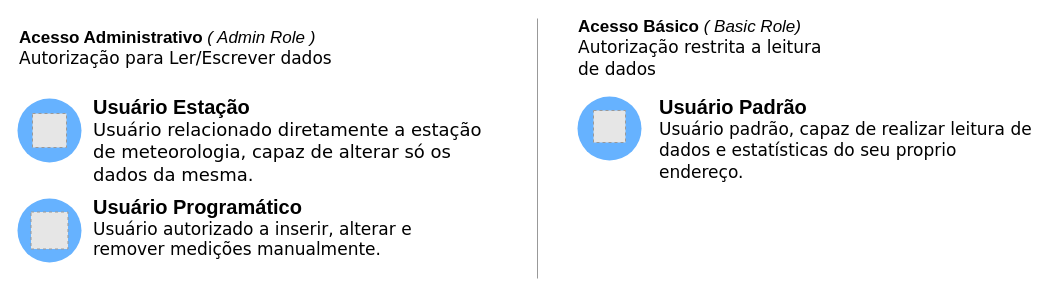
Above: Requerimentos/Diagramas/source/Diagrama de tipos de usuarios-v1.drawio in fonsecaBarreto/fazendas-de-agua-meteorologia-server (draw.io), before the change. Source tidied: cells renumbered, new cells numbered last; positions are measured from the earlier drawing's top-left corner, leaving out a move shared by most shapes. Both pictures are drawn from the tidied source at 100%, with x=0, y=0 at pixel (17, 18). Pictures stored in the file or linked from it are replaced by grey dashed boxes.
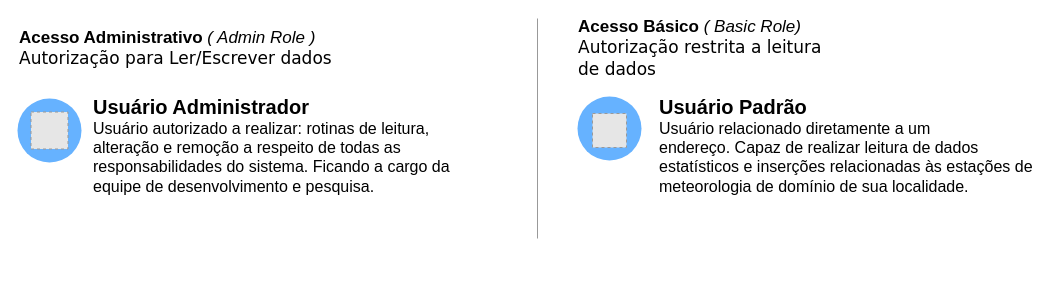
After the change.

The edit, as a diff of the source:
```diff
@@
 <mxGraphModel>
   <root>
     <mxCell id="0" />
     <mxCell id="1" parent="0" />
     <mxCell id="2" value="&lt;div&gt;&lt;b&gt;Acesso Administrativo&amp;nbsp;&lt;/b&gt;&lt;i&gt;( Admin Role )&lt;/i&gt;&lt;/div&gt;&lt;div&gt;&lt;font face=&quot;verdana&quot;&gt;Autorização para Ler/Escrever dados&lt;/font&gt;&lt;/div&gt;" style="text;html=1;strokeColor=none;fillColor=none;align=left;verticalAlign=middle;whiteSpace=wrap;rounded=0;fontSize=17;" parent="1" vertex="1">
       <mxGeometry width="360" height="60" as="geometry" />
     </mxCell>
-    <mxCell id="3" value="&lt;span style=&quot;font-size: 20px&quot;&gt;&lt;b&gt;Usuário Estação&lt;br&gt;&lt;/b&gt;&lt;/span&gt;&lt;div style=&quot;font-size: 17px&quot;&gt;&lt;span style=&quot;font-family: &amp;#34;verdana&amp;#34;&quot;&gt;&lt;font style=&quot;font-size: 18px&quot;&gt;Usuário relacionado diretamente a estação de meteorologia, capaz de alterar só os dados da mesma&lt;/font&gt;&lt;/span&gt;&lt;span style=&quot;font-size: 18px ; font-family: &amp;#34;verdana&amp;#34;&quot;&gt;.&lt;/span&gt;&lt;/div&gt;" style="strokeColor=none;fillColor=none;fontColor=#000000;perimeter=none;whiteSpace=wrap;align=left;spacing=2;fontSize=14;verticalAlign=top;html=1;" parent="1" vertex="1">
-      <mxGeometry x="74" y="70" width="396" height="80" as="geometry" />
-    </mxCell>
-    <mxCell id="4" value="&lt;span style=&quot;font-size: 20px&quot;&gt;&lt;b&gt;Usuário Programático&lt;/b&gt;&amp;nbsp;&lt;/span&gt;&lt;br&gt;&lt;span style=&quot;font-family: &amp;#34;verdana&amp;#34; ; font-size: 17px&quot;&gt;Usuário autorizado a inserir, alterar e remover medições manualmente.&lt;/span&gt;" style="strokeColor=none;fillColor=none;fontColor=#000000;perimeter=none;whiteSpace=wrap;align=left;spacing=2;fontSize=14;verticalAlign=top;html=1;" parent="1" vertex="1">
-      <mxGeometry x="74" y="170" width="386" height="72" as="geometry" />
+    <mxCell id="4" value="&lt;span style=&quot;font-size: 20px&quot;&gt;&lt;b&gt;Usuário Administrador&lt;/b&gt;&amp;nbsp;&lt;/span&gt;&lt;br&gt;&lt;font style=&quot;font-size: 16px&quot;&gt;Usuário autorizado a realizar: rotinas de leitura, alteração e remoção a respeito de todas as responsabilidades do sistema. Ficando a cargo da equipe de desenvolvimento e pesquisa.&lt;/font&gt;" style="strokeColor=none;fillColor=none;fontColor=#000000;perimeter=none;whiteSpace=wrap;align=left;spacing=2;fontSize=14;verticalAlign=top;html=1;" parent="1" vertex="1">
+      <mxGeometry x="74" y="70" width="386" height="150" as="geometry" />
     </mxCell>
     <mxCell id="5" value="&lt;div style=&quot;text-align: left&quot;&gt;&lt;b&gt;Acesso Básico &lt;/b&gt;&lt;i&gt;( Basic Role)&lt;/i&gt;&lt;/div&gt;&lt;div style=&quot;text-align: left&quot;&gt;&lt;span style=&quot;font-family: &amp;#34;verdana&amp;#34;&quot;&gt;&lt;font style=&quot;font-size: 17px&quot;&gt;Autorização restrita a leitura de dados&lt;/font&gt;&lt;/span&gt;&lt;br&gt;&lt;/div&gt;" style="text;html=1;strokeColor=none;fillColor=none;align=center;verticalAlign=middle;whiteSpace=wrap;rounded=0;fontSize=17;" parent="1" vertex="1">
       <mxGeometry x="560" width="270" height="60" as="geometry" />
     </mxCell>
-    <mxCell id="6" value="&lt;span style=&quot;font-size: 20px&quot;&gt;&lt;b&gt;Usuário Padrão&lt;br&gt;&lt;/b&gt;&lt;/span&gt;&lt;div style=&quot;font-size: 17px&quot;&gt;&lt;div&gt;&lt;span style=&quot;font-family: &amp;#34;verdana&amp;#34;&quot;&gt;Usuário padrão, capaz de realizar leitura de dados e estatísticas do seu proprio endereço.&lt;/span&gt;&lt;br&gt;&lt;/div&gt;&lt;div&gt;&lt;span style=&quot;font-family: &amp;#34;verdana&amp;#34;&quot;&gt;&lt;br&gt;&lt;/span&gt;&lt;/div&gt;&lt;/div&gt;" style="strokeColor=none;fillColor=none;fontColor=#000000;perimeter=none;whiteSpace=wrap;align=left;spacing=2;fontSize=14;verticalAlign=top;html=1;" parent="1" vertex="1">
-      <mxGeometry x="640" y="70" width="386" height="70" as="geometry" />
+    <mxCell id="6" value="&lt;span style=&quot;font-size: 20px&quot;&gt;&lt;b&gt;Usuário Padrão&lt;br&gt;&lt;/b&gt;&lt;/span&gt;&lt;div style=&quot;font-size: 16px&quot;&gt;&lt;div&gt;Usuário &lt;span&gt;relacionado diretamente a um endereço.&amp;nbsp;&lt;/span&gt;&lt;span&gt;Capaz&lt;/span&gt;&amp;nbsp;de realizar leitura de dados estatísticos e inserções&lt;span&gt;&amp;nbsp;relacionadas&amp;nbsp;&lt;/span&gt;&lt;span&gt;às estações de meteorologia&amp;nbsp;&lt;/span&gt;&lt;span&gt;de domínio de sua localidade&lt;/span&gt;&lt;span&gt;.&lt;/span&gt;&lt;br&gt;&lt;/div&gt;&lt;div&gt;&lt;span style=&quot;font-family: &amp;#34;verdana&amp;#34;&quot;&gt;&lt;br&gt;&lt;/span&gt;&lt;/div&gt;&lt;/div&gt;" style="strokeColor=none;fillColor=none;fontColor=#000000;perimeter=none;whiteSpace=wrap;align=left;spacing=2;fontSize=14;verticalAlign=top;html=1;" parent="1" vertex="1">
+      <mxGeometry x="640" y="70" width="386" height="150" as="geometry" />
     </mxCell>
     <mxCell id="7" style="line;strokeWidth=1;direction=south;html=1;rounded=1;fillColor=#99FFCC;gradientColor=none;align=left;strokeColor=#999999;" parent="1" vertex="1">
-      <mxGeometry x="515" width="10" height="260" as="geometry" />
+      <mxGeometry x="515" width="10" height="220" as="geometry" />
     </mxCell>
-    <mxCell id="8" style="group;" parent="1" vertex="1">
-      <mxGeometry y="80" width="64" height="64" as="geometry" />
-    </mxCell>
-    <mxCell id="9" style="strokeColor=none;html=1;whiteSpace=wrap;fillColor=#66B2FF;fontColor=#DEE2E6;align=left;rounded=1;arcSize=50;" parent="8" vertex="1">
-      <mxGeometry width="64" height="64" as="geometry" />
-    </mxCell>
-    <mxCell id="10" style="fillColor=#E6E6E6;strokeColor=#999999;dashed=1;html=1;verticalAlign=top;verticalLabelPosition=bottom;labelBackgroundColor=#ffffff;fontSize=9;" parent="8" vertex="1">
-      <mxGeometry x="15" y="15" width="34" height="34" as="geometry" />
-    </mxCell>
     <mxCell id="11" style="group;" parent="1" vertex="1">
-      <mxGeometry y="180" width="64" height="64" as="geometry" />
+      <mxGeometry y="80" width="64" height="64" as="geometry" />
     </mxCell>
     <mxCell id="12" style="strokeColor=none;html=1;whiteSpace=wrap;fillColor=#66B2FF;fontColor=#DEE2E6;align=left;rounded=1;arcSize=50;" parent="11" vertex="1">
       <mxGeometry width="64" height="64" as="geometry" />
     </mxCell>
     <mxCell id="13" style="fillColor=#E6E6E6;strokeColor=#999999;dashed=1;html=1;verticalAlign=top;verticalLabelPosition=bottom;labelBackgroundColor=#ffffff;fontSize=17;" parent="11" vertex="1">
       <mxGeometry x="13.5" y="13.5" width="37" height="37" as="geometry" />
     </mxCell>
+    <mxCell id="16" style="group;" parent="1" vertex="1">
+      <mxGeometry x="560" y="78" width="64" height="64" as="geometry" />
+    </mxCell>
-    <mxCell id="14" style="strokeColor=none;html=1;whiteSpace=wrap;fillColor=#66B2FF;fontColor=#DEE2E6;align=left;rounded=1;arcSize=50;" parent="1" vertex="1">
-      <mxGeometry x="560" y="78" width="64" height="64" as="geometry" />
+    <mxCell id="14" style="strokeColor=none;html=1;whiteSpace=wrap;fillColor=#66B2FF;fontColor=#DEE2E6;align=left;rounded=1;arcSize=50;" parent="16" vertex="1">
+      <mxGeometry width="64" height="64" as="geometry" />
     </mxCell>
-    <mxCell id="15" style="fillColor=#E6E6E6;strokeColor=#999999;dashed=1;html=1;verticalAlign=top;verticalLabelPosition=bottom;labelBackgroundColor=#ffffff;fontSize=17;" parent="1" vertex="1">
-      <mxGeometry x="576" y="92" width="32" height="32" as="geometry" />
-    </mxCell>
+    <mxCell id="10" style="fillColor=#E6E6E6;strokeColor=#999999;dashed=1;html=1;verticalAlign=top;verticalLabelPosition=bottom;labelBackgroundColor=#ffffff;fontSize=9;" parent="16" vertex="1">
+      <mxGeometry x="15" y="17" width="34" height="34" as="geometry" />
+    </mxCell>
   </root>
 </mxGraphModel>
```
